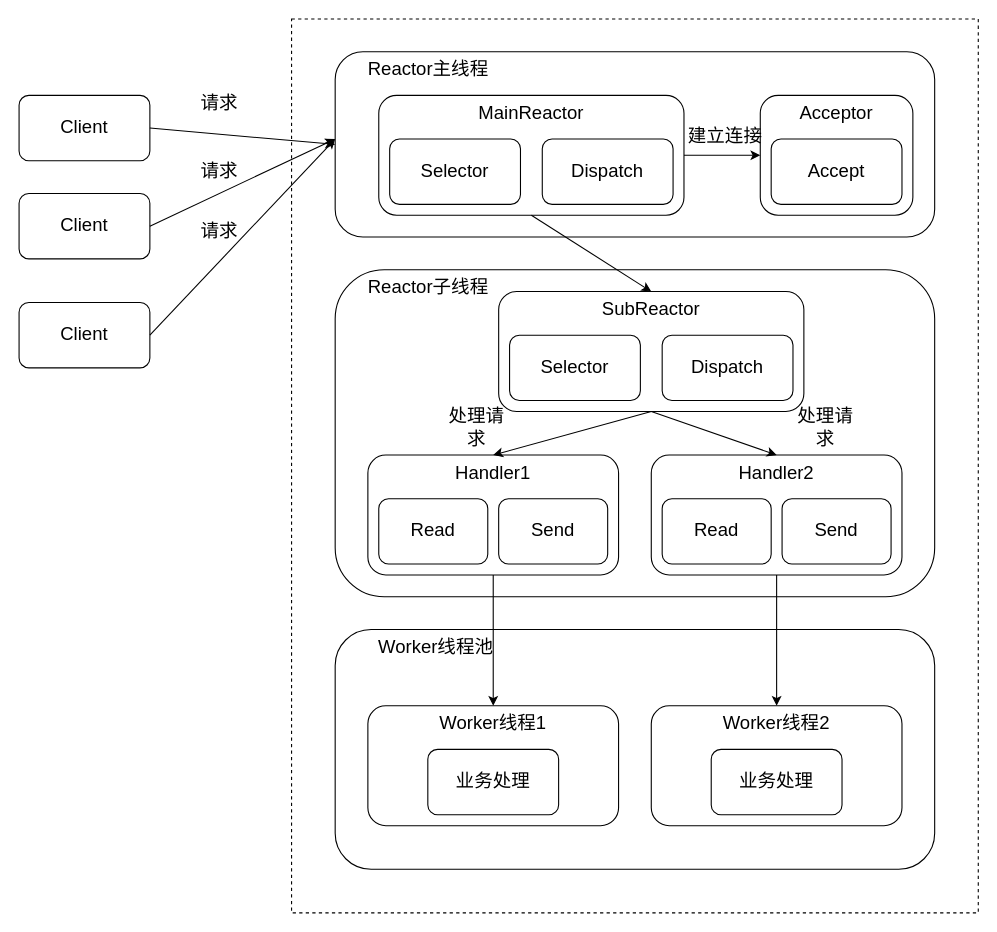
The draw.io diagram netty架构图.drawio in Diend-7/-, before the edit. Source tidied: cells renumbered, new cells numbered last; positions are measured from the earlier drawing's top-left corner, leaving out a move shared by most shapes. Both pictures are drawn from the tidied source at 109%, with x=0, y=0 at pixel (19, 19).
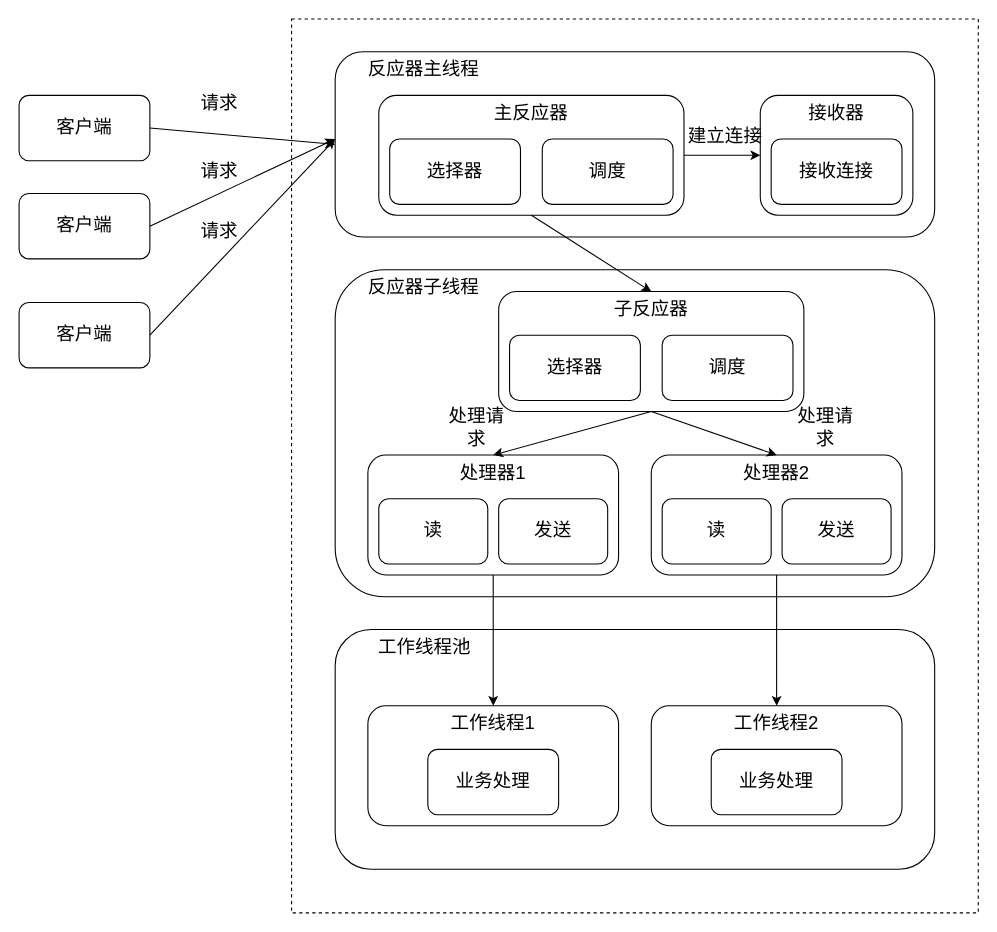
The same diagram, later.

Commit message:
更新netty架构图.drawio

Change to the diagram source:
```diff
@@
-    <mxCell id="2" value="Client" style="rounded=1;whiteSpace=wrap;html=1;fontSize=17;" parent="1" vertex="1">
+    <mxCell id="2" value="客户端" style="rounded=1;whiteSpace=wrap;html=1;fontSize=17;" parent="1" vertex="1">
       <mxGeometry y="70" width="120" height="60" as="geometry" />
     </mxCell>
-    <mxCell id="3" value="Client" style="rounded=1;whiteSpace=wrap;html=1;fontSize=17;" parent="1" vertex="1">
+    <mxCell id="3" value="客户端" style="rounded=1;whiteSpace=wrap;html=1;fontSize=17;" parent="1" vertex="1">
       <mxGeometry y="160" width="120" height="60" as="geometry" />
     </mxCell>
-    <mxCell id="4" value="Client" style="rounded=1;whiteSpace=wrap;html=1;fontSize=17;" parent="1" vertex="1">
+    <mxCell id="4" value="客户端" style="rounded=1;whiteSpace=wrap;html=1;fontSize=17;" parent="1" vertex="1">
       <mxGeometry y="260" width="120" height="60" as="geometry" />
     </mxCell>
@@
-    <mxCell id="6" value="&amp;nbsp; &amp;nbsp; &amp;nbsp; Reactor主线程" style="rounded=1;whiteSpace=wrap;html=1;align=left;verticalAlign=top;fontSize=17;" parent="1" vertex="1">
+    <mxCell id="6" value="&amp;nbsp; &amp;nbsp; &amp;nbsp; 反应器主线程" style="rounded=1;whiteSpace=wrap;html=1;align=left;verticalAlign=top;fontSize=17;" parent="1" vertex="1">
       <mxGeometry x="290" y="30" width="550" height="170" as="geometry" />
     </mxCell>
-    <mxCell id="7" value="MainReactor" style="rounded=1;whiteSpace=wrap;html=1;verticalAlign=top;fontSize=17;" parent="1" vertex="1">
+    <mxCell id="7" value="主反应器" style="rounded=1;whiteSpace=wrap;html=1;verticalAlign=top;fontSize=17;" parent="1" vertex="1">
       <mxGeometry x="330" y="70" width="280" height="110" as="geometry" />
     </mxCell>
-    <mxCell id="8" value="Selector" style="rounded=1;whiteSpace=wrap;html=1;fontSize=17;" parent="1" vertex="1">
+    <mxCell id="8" value="选择器" style="rounded=1;whiteSpace=wrap;html=1;fontSize=17;" parent="1" vertex="1">
       <mxGeometry x="340" y="110" width="120" height="60" as="geometry" />
     </mxCell>
-    <mxCell id="9" value="Dispatch" style="rounded=1;whiteSpace=wrap;html=1;fontSize=17;" parent="1" vertex="1">
+    <mxCell id="9" value="调度" style="rounded=1;whiteSpace=wrap;html=1;fontSize=17;" parent="1" vertex="1">
       <mxGeometry x="480" y="110" width="120" height="60" as="geometry" />
     </mxCell>
-    <mxCell id="10" value="Acceptor" style="rounded=1;whiteSpace=wrap;html=1;verticalAlign=top;fontSize=17;" parent="1" vertex="1">
+    <mxCell id="10" value="接收器" style="rounded=1;whiteSpace=wrap;html=1;verticalAlign=top;fontSize=17;" parent="1" vertex="1">
       <mxGeometry x="680" y="70" width="140" height="110" as="geometry" />
     </mxCell>
-    <mxCell id="11" value="Accept" style="rounded=1;whiteSpace=wrap;html=1;fontSize=17;" parent="1" vertex="1">
+    <mxCell id="11" value="接收连接" style="rounded=1;whiteSpace=wrap;html=1;fontSize=17;" parent="1" vertex="1">
       <mxGeometry x="690" y="110" width="120" height="60" as="geometry" />
     </mxCell>
@@
-    <mxCell id="20" value="&amp;nbsp; &amp;nbsp; &amp;nbsp; Reactor子线程" style="rounded=1;whiteSpace=wrap;html=1;align=left;verticalAlign=top;fontSize=17;" parent="1" vertex="1">
+    <mxCell id="20" value="&amp;nbsp; &amp;nbsp; &amp;nbsp; 反应器子线程" style="rounded=1;whiteSpace=wrap;html=1;align=left;verticalAlign=top;fontSize=17;" parent="1" vertex="1">
       <mxGeometry x="290" y="230" width="550" height="300" as="geometry" />
     </mxCell>
-    <mxCell id="21" value="SubReactor" style="rounded=1;whiteSpace=wrap;html=1;verticalAlign=top;fontSize=17;" parent="1" vertex="1">
+    <mxCell id="21" value="子&lt;span style=&quot;text-align: left;&quot;&gt;反应器&lt;/span&gt;" style="rounded=1;whiteSpace=wrap;html=1;verticalAlign=top;fontSize=17;" parent="1" vertex="1">
       <mxGeometry x="440" y="250" width="280" height="110" as="geometry" />
     </mxCell>
-    <mxCell id="22" value="Selector" style="rounded=1;whiteSpace=wrap;html=1;fontSize=17;" parent="1" vertex="1">
+    <mxCell id="22" value="选择器" style="rounded=1;whiteSpace=wrap;html=1;fontSize=17;" parent="1" vertex="1">
       <mxGeometry x="450" y="290" width="120" height="60" as="geometry" />
     </mxCell>
-    <mxCell id="23" value="Dispatch" style="rounded=1;whiteSpace=wrap;html=1;fontSize=17;" parent="1" vertex="1">
+    <mxCell id="23" value="调度" style="rounded=1;whiteSpace=wrap;html=1;fontSize=17;" parent="1" vertex="1">
       <mxGeometry x="590" y="290" width="120" height="60" as="geometry" />
     </mxCell>
-    <mxCell id="24" value="Handler1" style="rounded=1;whiteSpace=wrap;html=1;verticalAlign=top;fontSize=17;" parent="1" vertex="1">
+    <mxCell id="24" value="处理器1" style="rounded=1;whiteSpace=wrap;html=1;verticalAlign=top;fontSize=17;" parent="1" vertex="1">
       <mxGeometry x="320" y="400" width="230" height="110" as="geometry" />
     </mxCell>
-    <mxCell id="25" value="Read" style="rounded=1;whiteSpace=wrap;html=1;fontSize=17;" parent="1" vertex="1">
+    <mxCell id="25" value="读" style="rounded=1;whiteSpace=wrap;html=1;fontSize=17;" parent="1" vertex="1">
       <mxGeometry x="330" y="440" width="100" height="60" as="geometry" />
     </mxCell>
-    <mxCell id="26" value="Send" style="rounded=1;whiteSpace=wrap;html=1;fontSize=17;" parent="1" vertex="1">
+    <mxCell id="26" value="发送" style="rounded=1;whiteSpace=wrap;html=1;fontSize=17;" parent="1" vertex="1">
       <mxGeometry x="440" y="440" width="100" height="60" as="geometry" />
     </mxCell>
-    <mxCell id="27" value="Handler2" style="rounded=1;whiteSpace=wrap;html=1;verticalAlign=top;fontSize=17;" parent="1" vertex="1">
+    <mxCell id="27" value="处理器2" style="rounded=1;whiteSpace=wrap;html=1;verticalAlign=top;fontSize=17;" parent="1" vertex="1">
       <mxGeometry x="580" y="400" width="230" height="110" as="geometry" />
     </mxCell>
-    <mxCell id="28" value="Read" style="rounded=1;whiteSpace=wrap;html=1;fontSize=17;" parent="1" vertex="1">
+    <mxCell id="28" value="读" style="rounded=1;whiteSpace=wrap;html=1;fontSize=17;" parent="1" vertex="1">
       <mxGeometry x="590" y="440" width="100" height="60" as="geometry" />
     </mxCell>
-    <mxCell id="29" value="Send" style="rounded=1;whiteSpace=wrap;html=1;fontSize=17;" parent="1" vertex="1">
+    <mxCell id="29" value="发送" style="rounded=1;whiteSpace=wrap;html=1;fontSize=17;" parent="1" vertex="1">
       <mxGeometry x="700" y="440" width="100" height="60" as="geometry" />
     </mxCell>
@@
-    <mxCell id="35" value="&amp;nbsp; &amp;nbsp; &amp;nbsp; &amp;nbsp; Worker线程池" style="rounded=1;whiteSpace=wrap;html=1;align=left;verticalAlign=top;fontSize=17;" parent="1" vertex="1">
+    <mxCell id="35" value="&amp;nbsp; &amp;nbsp; &amp;nbsp; &amp;nbsp; 工作线程池" style="rounded=1;whiteSpace=wrap;html=1;align=left;verticalAlign=top;fontSize=17;" parent="1" vertex="1">
       <mxGeometry x="290" y="560" width="550" height="220" as="geometry" />
     </mxCell>
-    <mxCell id="36" value="Worker线程1" style="rounded=1;whiteSpace=wrap;html=1;verticalAlign=top;fontSize=17;" parent="1" vertex="1">
+    <mxCell id="36" value="工作线程1" style="rounded=1;whiteSpace=wrap;html=1;verticalAlign=top;fontSize=17;" parent="1" vertex="1">
       <mxGeometry x="320" y="630" width="230" height="110" as="geometry" />
     </mxCell>
-    <mxCell id="37" value="Worker线程2" style="rounded=1;whiteSpace=wrap;html=1;verticalAlign=top;fontSize=17;" parent="1" vertex="1">
+    <mxCell id="37" value="工作线程2" style="rounded=1;whiteSpace=wrap;html=1;verticalAlign=top;fontSize=17;" parent="1" vertex="1">
       <mxGeometry x="580" y="630" width="230" height="110" as="geometry" />
     </mxCell>
```
